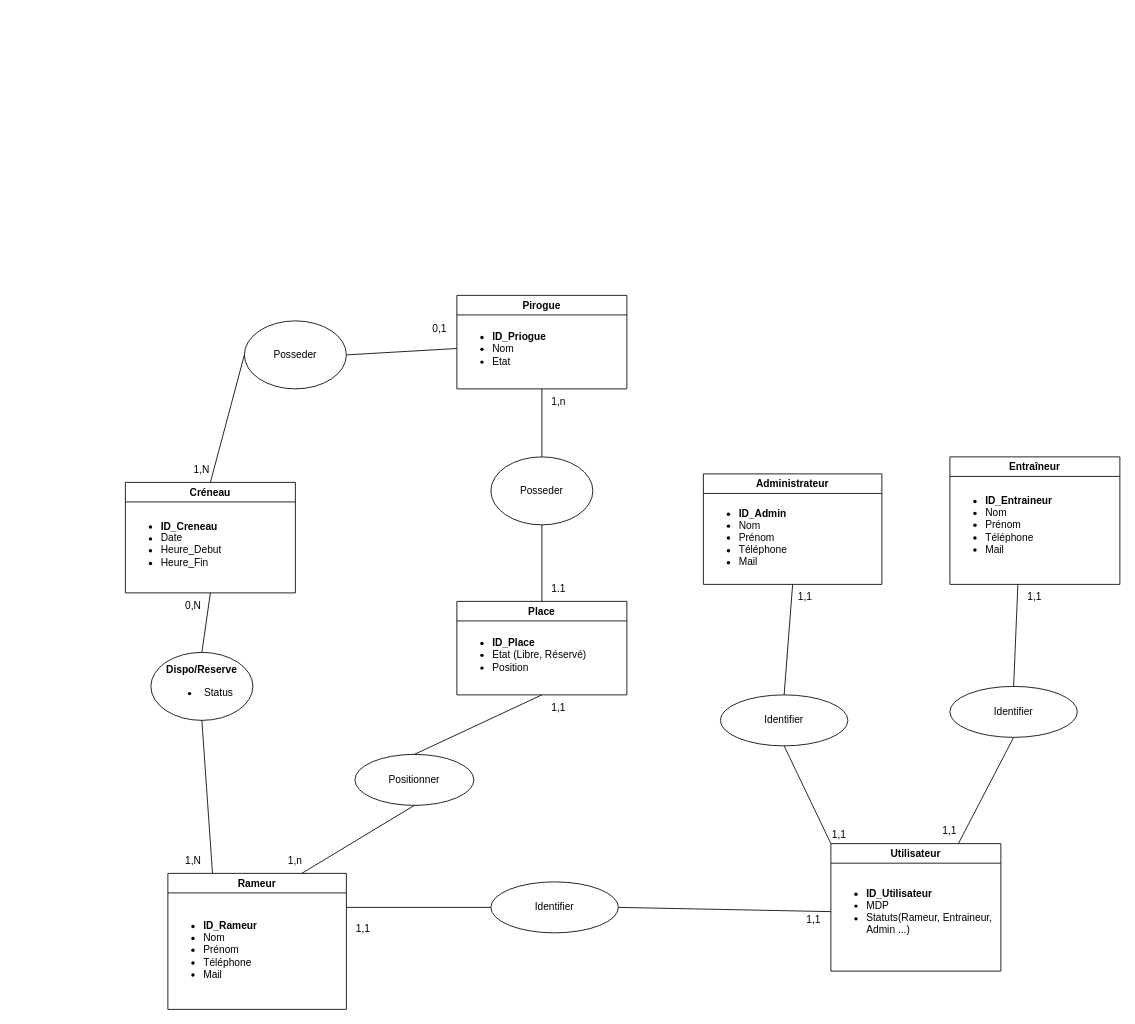
Earlier version of the draw.io diagram Docs/Back_End/MCD_VAapp.drawio (tteuru09/VAapp_project). Source tidied: cells renumbered, new cells numbered last; positions are measured from the earlier drawing's top-left corner, leaving out a move shared by most shapes. Both pictures are drawn from the tidied source at 85%, with x=0, y=0 at pixel (125, 295).
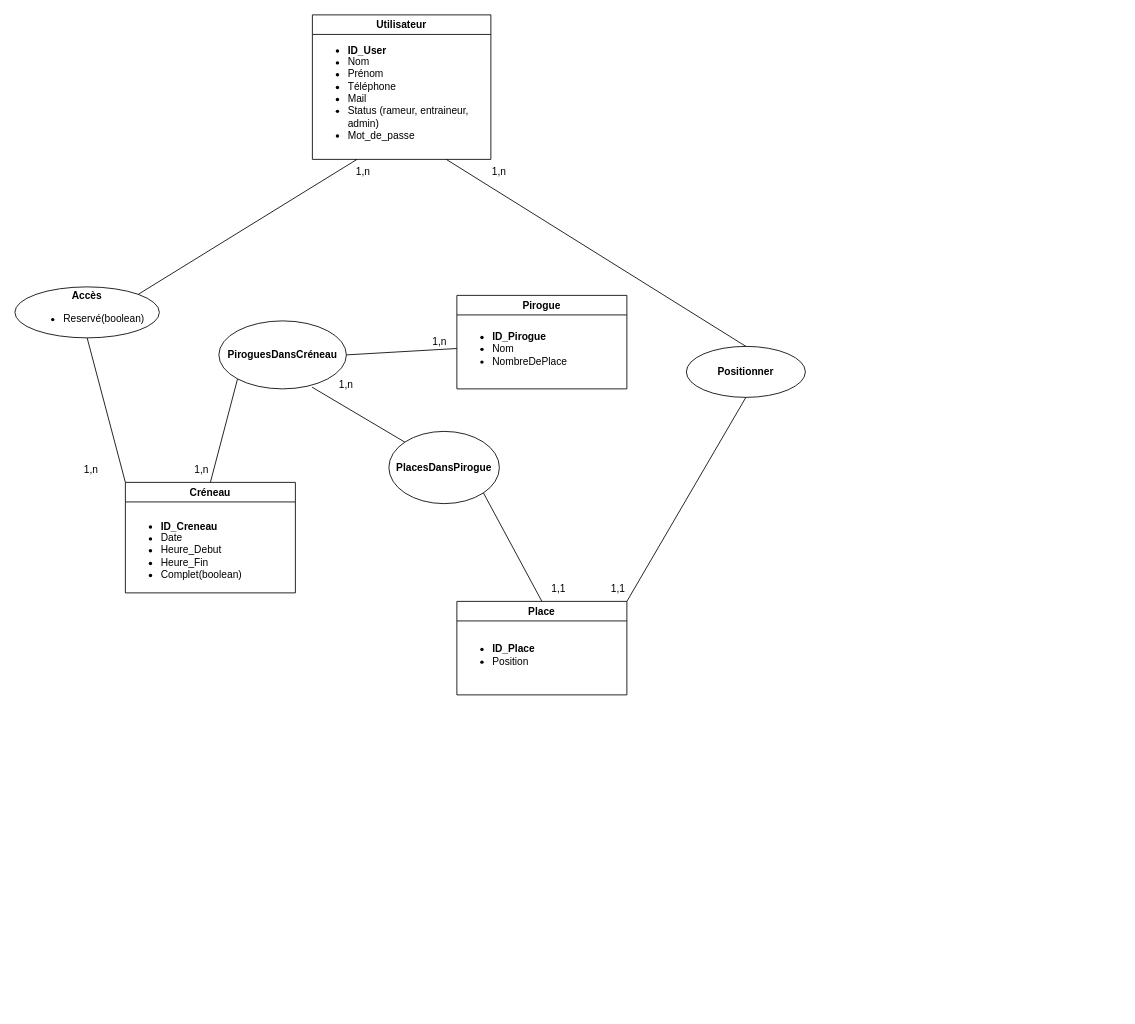
Above is the later version.

Unchanged cells that the change refers to:
```xml
<mxCell id="6" value="Créneau" style="swimlane;whiteSpace=wrap;html=1;" parent="1" vertex="1">
  <mxGeometry y="220" width="200" height="130" as="geometry" />
</mxCell>
<mxCell id="8" value="Pirogue" style="swimlane;whiteSpace=wrap;html=1;" parent="1" vertex="1">
  <mxGeometry x="390" width="200" height="110" as="geometry" />
</mxCell>
<mxCell id="44" value="Place" style="swimlane;whiteSpace=wrap;html=1;" parent="1" vertex="1">
  <mxGeometry x="390" y="360" width="200" height="110" as="geometry" />
</mxCell>
```

The edit, as a diff of the source:
```diff
@@
-    <mxCell id="2" value="Rameur" style="swimlane;whiteSpace=wrap;html=1;" parent="1" vertex="1">
-      <mxGeometry x="50" y="680" width="210" height="160" as="geometry" />
+    <mxCell id="2" value="Utilisateur" style="swimlane;whiteSpace=wrap;html=1;" parent="1" vertex="1">
+      <mxGeometry x="220" y="-330" width="210" height="170" as="geometry" />
     </mxCell>
-    <mxCell id="3" value="&lt;ul&gt;&lt;li&gt;&lt;b&gt;ID_Rameur&lt;/b&gt;&lt;/li&gt;&lt;li&gt;Nom&lt;/li&gt;&lt;li&gt;Prénom&lt;/li&gt;&lt;li&gt;Téléphone&lt;/li&gt;&lt;li&gt;Mail&lt;/li&gt;&lt;/ul&gt;" style="text;strokeColor=none;fillColor=none;html=1;whiteSpace=wrap;verticalAlign=middle;overflow=hidden;" parent="2" vertex="1">
-      <mxGeometry y="30" width="200" height="120" as="geometry" />
+    <mxCell id="3" value="&lt;ul&gt;&lt;li&gt;&lt;b&gt;ID_User&lt;/b&gt;&lt;/li&gt;&lt;li&gt;Nom&lt;/li&gt;&lt;li&gt;Prénom&lt;/li&gt;&lt;li&gt;Téléphone&lt;/li&gt;&lt;li&gt;Mail&lt;/li&gt;&lt;li&gt;Status (rameur, entraineur, admin)&lt;/li&gt;&lt;li&gt;Mot_de_passe&lt;/li&gt;&lt;/ul&gt;" style="text;strokeColor=none;fillColor=none;html=1;whiteSpace=wrap;verticalAlign=middle;overflow=hidden;" parent="2" vertex="1">
+      <mxGeometry y="20" width="210" height="130" as="geometry" />
     </mxCell>
-    <mxCell id="4" value="Entraîneur" style="swimlane;whiteSpace=wrap;html=1;" parent="1" vertex="1">
-      <mxGeometry x="970" y="190" width="200" height="150" as="geometry" />
-    </mxCell>
-    <mxCell id="5" value="&lt;ul&gt;&lt;li style=&quot;border-color: var(--border-color);&quot;&gt;&lt;b&gt;ID_Entraineur&lt;/b&gt;&lt;/li&gt;&lt;li style=&quot;border-color: var(--border-color);&quot;&gt;&lt;span style=&quot;background-color: initial;&quot;&gt;Nom&lt;/span&gt;&lt;br&gt;&lt;/li&gt;&lt;li&gt;Prénom&lt;/li&gt;&lt;li&gt;Téléphone&lt;/li&gt;&lt;li&gt;Mail&lt;/li&gt;&lt;/ul&gt;" style="text;strokeColor=none;fillColor=none;html=1;whiteSpace=wrap;verticalAlign=middle;overflow=hidden;" parent="4" vertex="1">
-      <mxGeometry y="20" width="200" height="120" as="geometry" />
-    </mxCell>
@@
-    <mxCell id="7" value="&lt;ul style=&quot;border-color: var(--border-color);&quot;&gt;&lt;li style=&quot;border-color: var(--border-color);&quot;&gt;&lt;b&gt;ID_Creneau&lt;/b&gt;&lt;/li&gt;&lt;li style=&quot;border-color: var(--border-color);&quot;&gt;Date&lt;/li&gt;&lt;li style=&quot;border-color: var(--border-color);&quot;&gt;Heure_Debut&lt;/li&gt;&lt;li style=&quot;border-color: var(--border-color);&quot;&gt;Heure_Fin&lt;/li&gt;&lt;/ul&gt;&lt;div&gt;&lt;/div&gt;" style="text;strokeColor=none;fillColor=none;html=1;whiteSpace=wrap;verticalAlign=middle;overflow=hidden;" parent="6" vertex="1">
-      <mxGeometry y="30" width="200" height="80" as="geometry" />
+    <mxCell id="7" value="&lt;ul style=&quot;border-color: var(--border-color);&quot;&gt;&lt;li style=&quot;border-color: var(--border-color);&quot;&gt;&lt;b&gt;ID_Creneau&lt;/b&gt;&lt;/li&gt;&lt;li style=&quot;border-color: var(--border-color);&quot;&gt;Date&lt;/li&gt;&lt;li style=&quot;border-color: var(--border-color);&quot;&gt;Heure_Debut&lt;/li&gt;&lt;li style=&quot;border-color: var(--border-color);&quot;&gt;Heure_Fin&lt;/li&gt;&lt;li style=&quot;border-color: var(--border-color);&quot;&gt;Complet(boolean)&lt;/li&gt;&lt;/ul&gt;&lt;div&gt;&lt;/div&gt;" style="text;strokeColor=none;fillColor=none;html=1;whiteSpace=wrap;verticalAlign=middle;overflow=hidden;" parent="6" vertex="1">
+      <mxGeometry y="30" width="200" height="100" as="geometry" />
     </mxCell>
@@
-    <mxCell id="9" value="&lt;ul style=&quot;border-color: var(--border-color);&quot;&gt;&lt;li style=&quot;border-color: var(--border-color);&quot;&gt;&lt;b&gt;ID_Priogue&lt;/b&gt;&lt;/li&gt;&lt;li style=&quot;border-color: var(--border-color);&quot;&gt;Nom&lt;/li&gt;&lt;li style=&quot;border-color: var(--border-color);&quot;&gt;Etat&lt;/li&gt;&lt;/ul&gt;&lt;div&gt;&lt;/div&gt;" style="text;strokeColor=none;fillColor=none;html=1;whiteSpace=wrap;verticalAlign=middle;overflow=hidden;" parent="8" vertex="1">
+    <mxCell id="9" value="&lt;ul style=&quot;border-color: var(--border-color);&quot;&gt;&lt;li style=&quot;border-color: var(--border-color);&quot;&gt;&lt;b&gt;ID_Pirogue&lt;/b&gt;&lt;/li&gt;&lt;li style=&quot;border-color: var(--border-color);&quot;&gt;Nom&lt;/li&gt;&lt;li style=&quot;border-color: var(--border-color);&quot;&gt;NombreDePlace&lt;/li&gt;&lt;/ul&gt;&lt;div&gt;&lt;/div&gt;" style="text;strokeColor=none;fillColor=none;html=1;whiteSpace=wrap;verticalAlign=middle;overflow=hidden;" parent="8" vertex="1">
       <mxGeometry y="25" width="200" height="75" as="geometry" />
     </mxCell>
-    <mxCell id="10" value="Posseder" style="ellipse;whiteSpace=wrap;html=1;" parent="1" vertex="1">
-      <mxGeometry x="140" y="30" width="120" height="80" as="geometry" />
+    <mxCell id="10" value="&lt;b&gt;PiroguesDansCréneau&lt;/b&gt;" style="ellipse;whiteSpace=wrap;html=1;" parent="1" vertex="1">
+      <mxGeometry x="110" y="30" width="150" height="80" as="geometry" />
     </mxCell>
@@
-    <mxCell id="12" style="endArrow=none;html=1;rounded=0;entryX=0;entryY=0.5;entryDx=0;entryDy=0;exitX=0.5;exitY=0;exitDx=0;exitDy=0;" parent="1" edge="1" source="6" target="10">
+    <mxCell id="12" style="endArrow=none;html=1;rounded=0;entryX=0;entryY=1;entryDx=0;entryDy=0;exitX=0.5;exitY=0;exitDx=0;exitDy=0;" parent="1" edge="1" source="6" target="10">
       <mxGeometry relative="1" as="geometry" />
     </mxCell>
-    <mxCell id="13" value="1,N" style="text;html=1;strokeColor=none;fillColor=none;align=center;verticalAlign=middle;whiteSpace=wrap;rounded=0;" parent="1" vertex="1">
+    <mxCell id="13" value="1,n" style="text;html=1;strokeColor=none;fillColor=none;align=center;verticalAlign=middle;whiteSpace=wrap;rounded=0;" parent="1" vertex="1">
       <mxGeometry x="60" y="190" width="60" height="30" as="geometry" />
     </mxCell>
-    <mxCell id="14" value="0,1" style="text;html=1;strokeColor=none;fillColor=none;align=center;verticalAlign=middle;whiteSpace=wrap;rounded=0;" parent="1" vertex="1">
-      <mxGeometry x="340" y="25" width="60" height="30" as="geometry" />
+    <mxCell id="14" value="1,n" style="text;html=1;strokeColor=none;fillColor=none;align=center;verticalAlign=middle;whiteSpace=wrap;rounded=0;" parent="1" vertex="1">
+      <mxGeometry x="340" y="40" width="60" height="30" as="geometry" />
     </mxCell>
-    <mxCell id="15" value="&lt;b&gt;Dispo/Reserve&lt;/b&gt;&lt;br&gt;&lt;ul&gt;&lt;li&gt;Status&lt;/li&gt;&lt;/ul&gt;" style="ellipse;whiteSpace=wrap;html=1;" parent="1" vertex="1">
-      <mxGeometry x="30" y="420" width="120" height="80" as="geometry" />
-    </mxCell>
-    <mxCell id="16" style="endArrow=none;html=1;rounded=0;entryX=0.5;entryY=1;entryDx=0;entryDy=0;exitX=0.5;exitY=0;exitDx=0;exitDy=0;" parent="1" edge="1" source="15" target="6">
-      <mxGeometry relative="1" as="geometry" />
-    </mxCell>
-    <mxCell id="17" style="endArrow=none;html=1;rounded=0;entryX=0.5;entryY=1;entryDx=0;entryDy=0;exitX=0.25;exitY=0;exitDx=0;exitDy=0;" parent="1" edge="1" source="2" target="15">
-      <mxGeometry relative="1" as="geometry" />
-    </mxCell>
-    <mxCell id="18" value="0,N" style="text;html=1;strokeColor=none;fillColor=none;align=center;verticalAlign=middle;whiteSpace=wrap;rounded=0;" parent="1" vertex="1">
-      <mxGeometry x="50" y="350" width="60" height="30" as="geometry" />
-    </mxCell>
-    <mxCell id="19" value="Administrateur" style="swimlane;whiteSpace=wrap;html=1;" parent="1" vertex="1">
-      <mxGeometry x="680" y="210" width="210" height="130" as="geometry" />
-    </mxCell>
-    <mxCell id="20" value="&lt;ul&gt;&lt;li style=&quot;border-color: var(--border-color);&quot;&gt;&lt;b&gt;ID_Admin&lt;/b&gt;&lt;/li&gt;&lt;li style=&quot;border-color: var(--border-color);&quot;&gt;&lt;span style=&quot;background-color: initial;&quot;&gt;Nom&lt;/span&gt;&lt;br&gt;&lt;/li&gt;&lt;li style=&quot;border-color: var(--border-color);&quot;&gt;Prénom&lt;/li&gt;&lt;li style=&quot;border-color: var(--border-color);&quot;&gt;Téléphone&lt;/li&gt;&lt;li style=&quot;border-color: var(--border-color);&quot;&gt;Mail&lt;/li&gt;&lt;/ul&gt;" style="text;strokeColor=none;fillColor=none;html=1;whiteSpace=wrap;verticalAlign=middle;overflow=hidden;" parent="19" vertex="1">
-      <mxGeometry y="20" width="210" height="110" as="geometry" />
-    </mxCell>
-    <mxCell id="21" value="1,N" style="text;html=1;strokeColor=none;fillColor=none;align=center;verticalAlign=middle;whiteSpace=wrap;rounded=0;" parent="1" vertex="1">
-      <mxGeometry x="50" y="650" width="60" height="30" as="geometry" />
-    </mxCell>
-    <mxCell id="22" value="Utilisateur" style="swimlane;whiteSpace=wrap;html=1;" parent="1" vertex="1">
-      <mxGeometry x="830" y="645" width="200" height="150" as="geometry" />
-    </mxCell>
-    <mxCell id="23" value="&lt;ul&gt;&lt;li style=&quot;border-color: var(--border-color);&quot;&gt;&lt;b&gt;ID_Utilisateur&lt;/b&gt;&lt;/li&gt;&lt;li style=&quot;border-color: var(--border-color);&quot;&gt;MDP&lt;/li&gt;&lt;li style=&quot;border-color: var(--border-color);&quot;&gt;Statuts(Rameur, Entraineur, Admin ...)&lt;/li&gt;&lt;/ul&gt;" style="text;strokeColor=none;fillColor=none;html=1;whiteSpace=wrap;verticalAlign=middle;overflow=hidden;" parent="22" vertex="1">
-      <mxGeometry y="20" width="200" height="120" as="geometry" />
-    </mxCell>
-    <mxCell id="24" value="Identifier" style="ellipse;whiteSpace=wrap;html=1;" parent="1" vertex="1">
-      <mxGeometry x="970" y="460" width="150" height="60" as="geometry" />
-    </mxCell>
-    <mxCell id="25" value="Identifier" style="ellipse;whiteSpace=wrap;html=1;" parent="1" vertex="1">
-      <mxGeometry x="430" y="690" width="150" height="60" as="geometry" />
-    </mxCell>
-    <mxCell id="26" value="Identifier" style="ellipse;whiteSpace=wrap;html=1;" parent="1" vertex="1">
-      <mxGeometry x="700" y="470" width="150" height="60" as="geometry" />
-    </mxCell>
-    <mxCell id="27" style="endArrow=none;html=1;rounded=0;entryX=0;entryY=0;entryDx=0;entryDy=0;exitX=0.5;exitY=1;exitDx=0;exitDy=0;" parent="1" edge="1" source="26" target="22">
-      <mxGeometry relative="1" as="geometry" />
-    </mxCell>
-    <mxCell id="28" style="endArrow=none;html=1;rounded=0;exitX=0.5;exitY=1;exitDx=0;exitDy=0;entryX=0.5;entryY=0;entryDx=0;entryDy=0;" parent="1" edge="1" source="20" target="26">
-      <mxGeometry relative="1" as="geometry" />
-    </mxCell>
-    <mxCell id="29" style="endArrow=none;html=1;rounded=0;entryX=0;entryY=0.5;entryDx=0;entryDy=0;exitX=1;exitY=0.5;exitDx=0;exitDy=0;" parent="1" edge="1" source="25" target="23">
-      <mxGeometry relative="1" as="geometry" />
-    </mxCell>
-    <mxCell id="30" style="endArrow=none;html=1;rounded=0;entryX=0;entryY=0.5;entryDx=0;entryDy=0;exitX=1;exitY=0.25;exitDx=0;exitDy=0;" parent="1" edge="1" source="2" target="25">
-      <mxGeometry relative="1" as="geometry" />
-    </mxCell>
-    <mxCell id="31" style="endArrow=none;html=1;rounded=0;entryX=0.75;entryY=0;entryDx=0;entryDy=0;exitX=0.5;exitY=1;exitDx=0;exitDy=0;" parent="1" edge="1" source="24" target="22">
-      <mxGeometry relative="1" as="geometry" />
-    </mxCell>
-    <mxCell id="32" style="endArrow=none;html=1;rounded=0;entryX=0.5;entryY=0;entryDx=0;entryDy=0;exitX=0.4;exitY=1.083;exitDx=0;exitDy=0;exitPerimeter=0;" parent="1" edge="1" source="5" target="24">
-      <mxGeometry relative="1" as="geometry" />
-    </mxCell>
-    <mxCell id="33" value="1,1" style="text;html=1;strokeColor=none;fillColor=none;align=center;verticalAlign=middle;whiteSpace=wrap;rounded=0;" parent="1" vertex="1">
-      <mxGeometry x="250" y="730" width="60" height="30" as="geometry" />
-    </mxCell>
-    <mxCell id="34" value="1,1" style="text;html=1;strokeColor=none;fillColor=none;align=center;verticalAlign=middle;whiteSpace=wrap;rounded=0;" parent="1" vertex="1">
-      <mxGeometry x="780" y="720" width="60" height="30" as="geometry" />
-    </mxCell>
-    <mxCell id="35" value="1,1" style="text;html=1;strokeColor=none;fillColor=none;align=center;verticalAlign=middle;whiteSpace=wrap;rounded=0;" parent="1" vertex="1">
-      <mxGeometry x="810" y="620" width="60" height="30" as="geometry" />
-    </mxCell>
-    <mxCell id="36" value="1,1" style="text;html=1;strokeColor=none;fillColor=none;align=center;verticalAlign=middle;whiteSpace=wrap;rounded=0;" parent="1" vertex="1">
-      <mxGeometry x="940" y="615" width="60" height="30" as="geometry" />
-    </mxCell>
-    <mxCell id="37" value="1,1" style="text;html=1;strokeColor=none;fillColor=none;align=center;verticalAlign=middle;whiteSpace=wrap;rounded=0;" parent="1" vertex="1">
-      <mxGeometry x="770" y="340" width="60" height="30" as="geometry" />
-    </mxCell>
-    <mxCell id="38" value="1,1" style="text;html=1;strokeColor=none;fillColor=none;align=center;verticalAlign=middle;whiteSpace=wrap;rounded=0;" parent="1" vertex="1">
-      <mxGeometry x="1040" y="340" width="60" height="30" as="geometry" />
-    </mxCell>
-    <mxCell id="39" value="Posseder" style="ellipse;whiteSpace=wrap;html=1;" parent="1" vertex="1">
-      <mxGeometry x="430" y="190" width="120" height="80" as="geometry" />
+    <mxCell id="39" value="&lt;b&gt;PlacesDansPirogue&lt;/b&gt;" style="ellipse;whiteSpace=wrap;html=1;" parent="1" vertex="1">
+      <mxGeometry x="310" y="160" width="130" height="85" as="geometry" />
     </mxCell>
-    <mxCell id="40" style="endArrow=none;html=1;rounded=0;entryX=0.5;entryY=1;entryDx=0;entryDy=0;exitX=0.5;exitY=0;exitDx=0;exitDy=0;" parent="1" edge="1" source="39" target="8">
+    <mxCell id="40" style="endArrow=none;html=1;rounded=0;entryX=0.731;entryY=0.975;entryDx=0;entryDy=0;exitX=0;exitY=0;exitDx=0;exitDy=0;entryPerimeter=0;" parent="1" edge="1" source="39" target="10">
       <mxGeometry relative="1" as="geometry" />
     </mxCell>
-    <mxCell id="41" style="endArrow=none;html=1;rounded=0;entryX=0.5;entryY=1;entryDx=0;entryDy=0;exitX=0.5;exitY=0;exitDx=0;exitDy=0;" parent="1" edge="1" source="44" target="39">
+    <mxCell id="41" style="endArrow=none;html=1;rounded=0;entryX=1;entryY=1;entryDx=0;entryDy=0;exitX=0.5;exitY=0;exitDx=0;exitDy=0;" parent="1" edge="1" source="44" target="39">
       <mxGeometry relative="1" as="geometry" />
     </mxCell>
-    <mxCell id="42" value="1,n" style="text;html=1;strokeColor=none;fillColor=none;align=center;verticalAlign=middle;whiteSpace=wrap;rounded=0;" parent="1" vertex="1">
-      <mxGeometry x="480" y="110" width="60" height="30" as="geometry" />
-    </mxCell>
-    <mxCell id="43" value="1.1" style="text;html=1;strokeColor=none;fillColor=none;align=center;verticalAlign=middle;whiteSpace=wrap;rounded=0;" parent="1" vertex="1">
+    <mxCell id="43" value="1,1" style="text;html=1;strokeColor=none;fillColor=none;align=center;verticalAlign=middle;whiteSpace=wrap;rounded=0;" parent="1" vertex="1">
       <mxGeometry x="480" y="330" width="60" height="30" as="geometry" />
     </mxCell>
@@
-    <mxCell id="45" value="&lt;ul style=&quot;border-color: var(--border-color);&quot;&gt;&lt;li style=&quot;border-color: var(--border-color);&quot;&gt;&lt;b&gt;ID_Place&lt;/b&gt;&lt;/li&gt;&lt;li style=&quot;border-color: var(--border-color);&quot;&gt;Etat (Libre, Réservé)&lt;/li&gt;&lt;li style=&quot;border-color: var(--border-color);&quot;&gt;Position&lt;/li&gt;&lt;/ul&gt;&lt;div&gt;&lt;/div&gt;" style="text;strokeColor=none;fillColor=none;html=1;whiteSpace=wrap;verticalAlign=middle;overflow=hidden;" parent="44" vertex="1">
+    <mxCell id="45" value="&lt;ul style=&quot;border-color: var(--border-color);&quot;&gt;&lt;li style=&quot;border-color: var(--border-color);&quot;&gt;&lt;b&gt;ID_Place&lt;/b&gt;&lt;/li&gt;&lt;li style=&quot;border-color: var(--border-color);&quot;&gt;Position&lt;/li&gt;&lt;/ul&gt;&lt;div&gt;&lt;/div&gt;" style="text;strokeColor=none;fillColor=none;html=1;whiteSpace=wrap;verticalAlign=middle;overflow=hidden;" parent="44" vertex="1">
       <mxGeometry y="25" width="200" height="75" as="geometry" />
     </mxCell>
-    <mxCell id="46" value="Positionner" style="ellipse;whiteSpace=wrap;html=1;" parent="1" vertex="1">
-      <mxGeometry x="270" y="540" width="140" height="60" as="geometry" />
+    <mxCell id="46" value="&lt;b&gt;Positionner&lt;/b&gt;" style="ellipse;whiteSpace=wrap;html=1;" parent="1" vertex="1">
+      <mxGeometry x="660" y="60" width="140" height="60" as="geometry" />
     </mxCell>
-    <mxCell id="47" style="endArrow=none;html=1;rounded=0;entryX=0.5;entryY=1;entryDx=0;entryDy=0;exitX=0.5;exitY=0;exitDx=0;exitDy=0;" parent="1" edge="1" source="46" target="44">
+    <mxCell id="47" style="endArrow=none;html=1;rounded=0;entryX=1;entryY=0;entryDx=0;entryDy=0;exitX=0.5;exitY=1;exitDx=0;exitDy=0;" parent="1" edge="1" source="46" target="44">
       <mxGeometry relative="1" as="geometry" />
     </mxCell>
-    <mxCell id="48" style="endArrow=none;html=1;rounded=0;entryX=0.5;entryY=1;entryDx=0;entryDy=0;exitX=0.75;exitY=0;exitDx=0;exitDy=0;" parent="1" edge="1" source="2" target="46">
+    <mxCell id="48" style="endArrow=none;html=1;rounded=0;entryX=0.5;entryY=0;entryDx=0;entryDy=0;exitX=0.75;exitY=1;exitDx=0;exitDy=0;" parent="1" edge="1" source="2" target="46">
       <mxGeometry relative="1" as="geometry" />
     </mxCell>
-    <mxCell id="49" value="1,n" style="text;html=1;strokeColor=none;fillColor=none;align=center;verticalAlign=middle;whiteSpace=wrap;rounded=0;" parent="1" vertex="1">
-      <mxGeometry x="170" y="650" width="60" height="30" as="geometry" />
-    </mxCell>
     <mxCell id="50" value="1,1" style="text;html=1;strokeColor=none;fillColor=none;align=center;verticalAlign=middle;whiteSpace=wrap;rounded=0;" parent="1" vertex="1">
-      <mxGeometry x="480" y="470" width="60" height="30" as="geometry" />
+      <mxGeometry x="550" y="330" width="60" height="30" as="geometry" />
     </mxCell>
+    <mxCell id="51" value="&lt;b&gt;Accès&lt;br&gt;&lt;/b&gt;&lt;ul&gt;&lt;li&gt;Reservé(boolean)&lt;/li&gt;&lt;/ul&gt;" style="ellipse;whiteSpace=wrap;html=1;" parent="1" vertex="1">
+      <mxGeometry x="-130" y="-10" width="170" height="60" as="geometry" />
+    </mxCell>
+    <mxCell id="52" style="endArrow=none;html=1;rounded=0;entryX=0.25;entryY=1;entryDx=0;entryDy=0;exitX=1;exitY=0;exitDx=0;exitDy=0;" parent="1" edge="1" source="51" target="2">
+      <mxGeometry relative="1" as="geometry" />
+    </mxCell>
+    <mxCell id="53" style="endArrow=none;html=1;rounded=0;entryX=0.5;entryY=1;entryDx=0;entryDy=0;exitX=0;exitY=0;exitDx=0;exitDy=0;" parent="1" edge="1" source="6" target="51">
+      <mxGeometry relative="1" as="geometry" />
+    </mxCell>
+    <mxCell id="54" value="1,n" style="text;html=1;strokeColor=none;fillColor=none;align=center;verticalAlign=middle;whiteSpace=wrap;rounded=0;" parent="1" vertex="1">
+      <mxGeometry x="-70" y="190" width="60" height="30" as="geometry" />
+    </mxCell>
+    <mxCell id="55" value="1,n" style="text;html=1;strokeColor=none;fillColor=none;align=center;verticalAlign=middle;whiteSpace=wrap;rounded=0;" parent="1" vertex="1">
+      <mxGeometry x="250" y="-160" width="60" height="30" as="geometry" />
+    </mxCell>
+    <mxCell id="56" value="1,n" style="text;html=1;strokeColor=none;fillColor=none;align=center;verticalAlign=middle;whiteSpace=wrap;rounded=0;" parent="1" vertex="1">
+      <mxGeometry x="410" y="-160" width="60" height="30" as="geometry" />
+    </mxCell>
+    <mxCell id="57" value="1,n" style="text;html=1;strokeColor=none;fillColor=none;align=center;verticalAlign=middle;whiteSpace=wrap;rounded=0;" parent="1" vertex="1">
+      <mxGeometry x="230" y="90" width="60" height="30" as="geometry" />
+    </mxCell>
```
